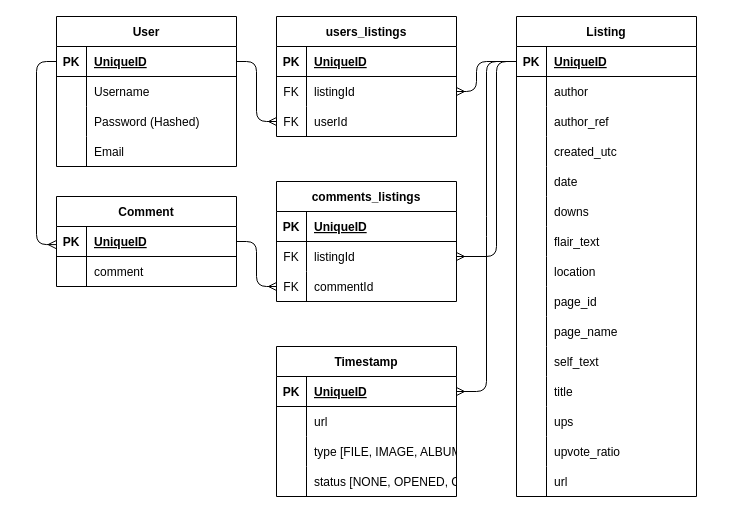
Earlier version of the draw.io diagram ERD.drawio (IanDab47/Global-Keebs-v2). Source tidied: cells renumbered, new cells numbered last; positions are measured from the earlier drawing's top-left corner, leaving out a move shared by most shapes. Both pictures are drawn from the tidied source at 100%, with x=0, y=0 at pixel (36, 16).
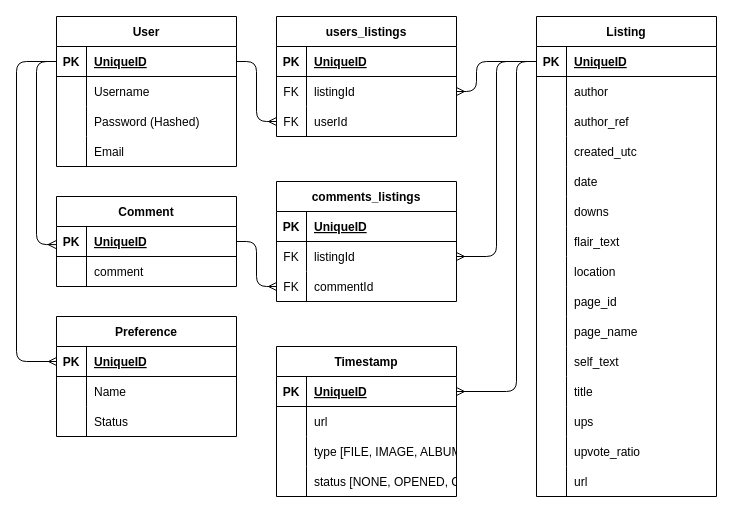
The same page after the edit.

The change refers to these unchanged cells:
```xml
<mxCell id="3" style="shape=partialRectangle;fillColor=none;top=0;left=0;bottom=1;right=0;points=[[0,0.5],[1,0.5]];portConstraint=eastwest;" parent="2" vertex="1">
  <mxGeometry y="30" width="180" height="30" as="geometry" />
</mxCell>
<mxCell id="16" style="shape=partialRectangle;fillColor=none;top=0;left=0;bottom=1;right=0;points=[[0,0.5],[1,0.5]];portConstraint=eastwest;" parent="15" vertex="1">
  <mxGeometry y="30" width="180" height="30" as="geometry" />
</mxCell>
<mxCell id="84" style="shape=partialRectangle;fillColor=none;top=0;left=0;bottom=0;right=0;points=[[0,0.5],[1,0.5]];portConstraint=eastwest;" parent="80" vertex="1">
  <mxGeometry y="60" width="180" height="30" as="geometry" />
</mxCell>
<mxCell id="95" style="shape=partialRectangle;fillColor=none;top=0;left=0;bottom=1;right=0;points=[[0,0.5],[1,0.5]];portConstraint=eastwest;" parent="94" vertex="1">
  <mxGeometry y="30" width="180" height="30" as="geometry" />
</mxCell>
```

Diff of the diagram source:
```diff
@@
     <mxCell id="15" value="Listing" style="shape=table;startSize=30;childLayout=tableLayout;rowLines=0;fontStyle=1;align=center;" parent="1" vertex="1">
-      <mxGeometry x="480" width="180" height="480" as="geometry" />
+      <mxGeometry x="500" width="180" height="480" as="geometry" />
     </mxCell>
@@
-    <mxCell id="92" style="edgeStyle=none;html=1;entryX=1;entryY=0.5;entryDx=0;entryDy=0;startArrow=baseDash;startFill=0;endArrow=ERmany;endFill=0;" parent="1" edge="1" target="84">
+    <mxCell id="92" style="edgeStyle=none;html=1;entryX=1;entryY=0.5;entryDx=0;entryDy=0;startArrow=baseDash;startFill=0;endArrow=ERmany;endFill=0;exitX=0;exitY=0.5;exitDx=0;exitDy=0;" parent="1" edge="1" source="16" target="84">
       <mxGeometry relative="1" as="geometry">
-        <mxPoint x="480" y="45" as="sourcePoint" />
         <Array as="points">
           <mxPoint x="460" y="45" />
           <mxPoint x="460" y="240" />
         </Array>
       </mxGeometry>
     </mxCell>
@@
+    <mxCell id="108" value="Preference" style="shape=table;startSize=30;childLayout=tableLayout;rowLines=0;fontStyle=1;align=center;" parent="1" vertex="1">
+      <mxGeometry x="20" y="300" width="180" height="120" as="geometry" />
+    </mxCell>
+    <mxCell id="109" style="shape=partialRectangle;fillColor=none;top=0;left=0;bottom=1;right=0;points=[[0,0.5],[1,0.5]];portConstraint=eastwest;" parent="108" vertex="1">
+      <mxGeometry y="30" width="180" height="30" as="geometry" />
+    </mxCell>
+    <mxCell id="110" value="PK" style="shape=partialRectangle;fillColor=none;top=0;left=0;bottom=0;right=0;fontStyle=1;overflow=hidden;" parent="109" vertex="1">
+      <mxGeometry width="30" height="30" as="geometry" />
+    </mxCell>
+    <mxCell id="111" value="UniqueID" style="shape=partialRectangle;fillColor=none;top=0;left=0;bottom=0;right=0;align=left;spacingLeft=6;fontStyle=5;overflow=hidden;" parent="109" vertex="1">
+      <mxGeometry x="30" width="150" height="30" as="geometry" />
+    </mxCell>
+    <mxCell id="112" style="shape=partialRectangle;fillColor=none;top=0;left=0;bottom=0;right=0;" parent="108" vertex="1">
+      <mxGeometry y="60" width="180" height="30" as="geometry" />
+    </mxCell>
+    <mxCell id="113" style="shape=partialRectangle;fillColor=none;top=0;left=0;bottom=0;right=0;overflow=hidden;" parent="112" vertex="1">
+      <mxGeometry width="30" height="30" as="geometry" />
+    </mxCell>
+    <mxCell id="114" value="Name" style="shape=partialRectangle;fillColor=none;top=0;left=0;bottom=0;right=0;align=left;spacingLeft=6;overflow=hidden;" parent="112" vertex="1">
+      <mxGeometry x="30" width="150" height="30" as="geometry" />
+    </mxCell>
+    <mxCell id="115" style="shape=partialRectangle;fillColor=none;top=0;left=0;bottom=0;right=0;" parent="108" vertex="1">
+      <mxGeometry y="90" width="180" height="30" as="geometry" />
+    </mxCell>
+    <mxCell id="116" style="shape=partialRectangle;fillColor=none;top=0;left=0;bottom=0;right=0;overflow=hidden;" parent="115" vertex="1">
+      <mxGeometry width="30" height="30" as="geometry" />
+    </mxCell>
+    <mxCell id="117" value="Status" style="shape=partialRectangle;fillColor=none;top=0;left=0;bottom=0;right=0;align=left;spacingLeft=6;overflow=hidden;" parent="115" vertex="1">
+      <mxGeometry x="30" width="150" height="30" as="geometry" />
+    </mxCell>
+    <mxCell id="118" style="edgeStyle=none;html=1;exitX=0;exitY=0.5;exitDx=0;exitDy=0;entryX=0;entryY=0.5;entryDx=0;entryDy=0;endArrow=baseDash;endFill=0;startArrow=ERmany;startFill=0;" parent="1" edge="1" source="109" target="3">
+      <mxGeometry relative="1" as="geometry">
+        <Array as="points">
+          <mxPoint x="-20" y="345" />
+          <mxPoint x="-20" y="45" />
+        </Array>
+      </mxGeometry>
+    </mxCell>
-    <mxCell id="107" style="edgeStyle=entityRelationEdgeStyle;html=1;exitX=1;exitY=0.5;exitDx=0;exitDy=0;endArrow=baseDash;endFill=0;startArrow=ERmany;startFill=0;entryX=0;entryY=0.5;entryDx=0;entryDy=0;" parent="1" edge="1" source="95" target="16">
-      <mxGeometry relative="1" as="geometry" />
+    <mxCell id="107" style="edgeStyle=none;html=1;exitX=1;exitY=0.5;exitDx=0;exitDy=0;startArrow=ERmany;startFill=0;endArrow=baseDash;endFill=0;entryX=0;entryY=0.5;entryDx=0;entryDy=0;" parent="1" edge="1" source="95" target="16">
+      <mxGeometry relative="1" as="geometry">
+        <Array as="points">
+          <mxPoint x="480" y="375" />
+          <mxPoint x="480" y="45" />
+        </Array>
+      </mxGeometry>
     </mxCell>
```
